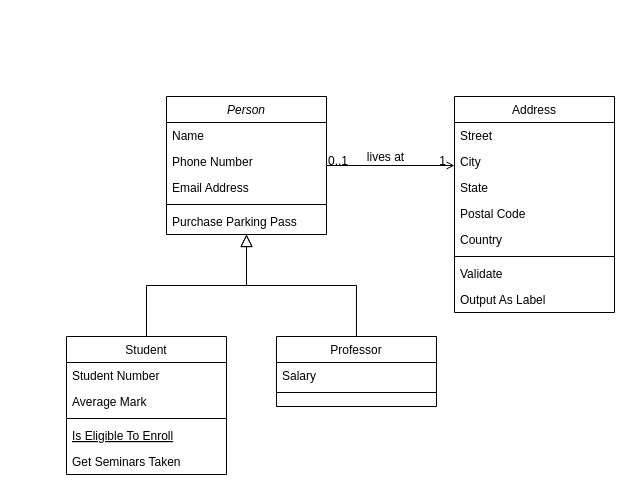
Above: Unavngivet diagram.drawio in SylvesterTor/HellogitMit (draw.io), before the change. Source tidied: cells renumbered, new cells numbered last; positions are measured from the earlier drawing's top-left corner, leaving out a move shared by most shapes. Both pictures are drawn from the tidied source at 100%, with x=0, y=0 at pixel (66, 96).
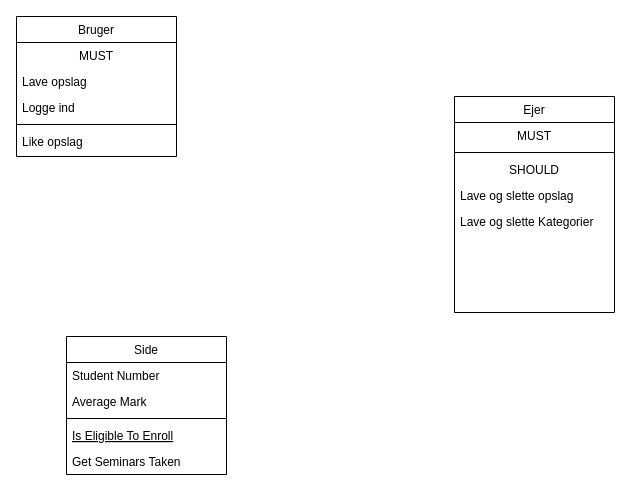
After the change.

Diff of the diagram source:
```diff
@@
-    <mxCell id="2" value="Person" style="swimlane;fontStyle=2;align=center;verticalAlign=top;horizontal=1;startSize=26;rounded=0;shadow=0;strokeWidth=1;" parent="1" vertex="1">
-      <mxGeometry x="100" width="160" height="138" as="geometry" />
-    </mxCell>
-    <mxCell id="3" value="Name" style="text;align=left;verticalAlign=top;spacingLeft=4;spacingRight=4;overflow=hidden;" parent="2" vertex="1">
-      <mxGeometry y="26" width="160" height="26" as="geometry" />
-    </mxCell>
-    <mxCell id="4" value="Phone Number" style="text;align=left;verticalAlign=top;spacingLeft=4;spacingRight=4;overflow=hidden;rounded=0;shadow=0;html=0;" parent="2" vertex="1">
-      <mxGeometry y="52" width="160" height="26" as="geometry" />
-    </mxCell>
-    <mxCell id="5" value="Email Address" style="text;align=left;verticalAlign=top;spacingLeft=4;spacingRight=4;overflow=hidden;rounded=0;shadow=0;html=0;" parent="2" vertex="1">
-      <mxGeometry y="78" width="160" height="26" as="geometry" />
-    </mxCell>
-    <mxCell id="6" style="line;html=1;strokeWidth=1;align=left;verticalAlign=middle;spacingTop=-1;spacingLeft=3;spacingRight=3;labelPosition=right;" parent="2" vertex="1">
-      <mxGeometry y="104" width="160" height="8" as="geometry" />
-    </mxCell>
-    <mxCell id="7" value="Purchase Parking Pass" style="text;align=left;verticalAlign=top;spacingLeft=4;spacingRight=4;overflow=hidden;" parent="2" vertex="1">
-      <mxGeometry y="112" width="160" height="26" as="geometry" />
-    </mxCell>
-    <mxCell id="8" value="Student" style="swimlane;fontStyle=0;align=center;verticalAlign=top;horizontal=1;startSize=26;rounded=0;shadow=0;strokeWidth=1;" parent="1" vertex="1">
+    <mxCell id="8" value="Side" style="swimlane;fontStyle=0;align=center;verticalAlign=top;horizontal=1;startSize=26;rounded=0;shadow=0;strokeWidth=1;" parent="1" vertex="1">
       <mxGeometry y="240" width="160" height="138" as="geometry" />
     </mxCell>
@@
-    <mxCell id="14" style="endArrow=block;endSize=10;endFill=0;shadow=0;strokeWidth=1;rounded=0;edgeStyle=elbowEdgeStyle;elbow=vertical;" parent="1" edge="1" source="8" target="2">
-      <mxGeometry relative="1" as="geometry" />
-    </mxCell>
-    <mxCell id="15" value="Professor" style="swimlane;fontStyle=0;align=center;verticalAlign=top;horizontal=1;startSize=26;rounded=0;shadow=0;strokeWidth=1;" parent="1" vertex="1">
-      <mxGeometry x="210" y="240" width="160" height="70" as="geometry" />
-    </mxCell>
-    <mxCell id="16" value="Salary" style="text;align=left;verticalAlign=top;spacingLeft=4;spacingRight=4;overflow=hidden;" parent="15" vertex="1">
-      <mxGeometry y="26" width="160" height="26" as="geometry" />
-    </mxCell>
-    <mxCell id="17" style="line;html=1;strokeWidth=1;align=left;verticalAlign=middle;spacingTop=-1;spacingLeft=3;spacingRight=3;labelPosition=right;" parent="15" vertex="1">
-      <mxGeometry y="52" width="160" height="8" as="geometry" />
-    </mxCell>
-    <mxCell id="18" style="endArrow=block;endSize=10;endFill=0;shadow=0;strokeWidth=1;rounded=0;edgeStyle=elbowEdgeStyle;elbow=vertical;" parent="1" edge="1" source="15" target="2">
-      <mxGeometry relative="1" as="geometry" />
-    </mxCell>
-    <mxCell id="19" value="Address" style="swimlane;fontStyle=0;align=center;verticalAlign=top;horizontal=1;startSize=26;rounded=0;shadow=0;strokeWidth=1;" parent="1" vertex="1">
+    <mxCell id="19" value="Ejer" style="swimlane;fontStyle=0;align=center;verticalAlign=top;horizontal=1;startSize=26;rounded=0;shadow=0;strokeWidth=1;" parent="1" vertex="1">
       <mxGeometry x="388" width="160" height="216" as="geometry" />
     </mxCell>
-    <mxCell id="20" value="Street" style="text;align=left;verticalAlign=top;spacingLeft=4;spacingRight=4;overflow=hidden;" parent="19" vertex="1">
+    <mxCell id="20" value="MUST" style="text;align=center;verticalAlign=top;spacingLeft=4;spacingRight=4;overflow=hidden;" parent="19" vertex="1">
       <mxGeometry y="26" width="160" height="26" as="geometry" />
     </mxCell>
-    <mxCell id="21" value="City" style="text;align=left;verticalAlign=top;spacingLeft=4;spacingRight=4;overflow=hidden;rounded=0;shadow=0;html=0;" parent="19" vertex="1">
-      <mxGeometry y="52" width="160" height="26" as="geometry" />
-    </mxCell>
-    <mxCell id="22" value="State" style="text;align=left;verticalAlign=top;spacingLeft=4;spacingRight=4;overflow=hidden;rounded=0;shadow=0;html=0;" parent="19" vertex="1">
-      <mxGeometry y="78" width="160" height="26" as="geometry" />
-    </mxCell>
-    <mxCell id="23" value="Postal Code" style="text;align=left;verticalAlign=top;spacingLeft=4;spacingRight=4;overflow=hidden;rounded=0;shadow=0;html=0;" parent="19" vertex="1">
-      <mxGeometry y="104" width="160" height="26" as="geometry" />
-    </mxCell>
-    <mxCell id="24" value="Country" style="text;align=left;verticalAlign=top;spacingLeft=4;spacingRight=4;overflow=hidden;rounded=0;shadow=0;html=0;" parent="19" vertex="1">
-      <mxGeometry y="130" width="160" height="26" as="geometry" />
-    </mxCell>
     <mxCell id="25" style="line;html=1;strokeWidth=1;align=left;verticalAlign=middle;spacingTop=-1;spacingLeft=3;spacingRight=3;labelPosition=right;" parent="19" vertex="1">
-      <mxGeometry y="156" width="160" height="8" as="geometry" />
+      <mxGeometry y="52" width="160" height="8" as="geometry" />
     </mxCell>
-    <mxCell id="26" value="Validate" style="text;align=left;verticalAlign=top;spacingLeft=4;spacingRight=4;overflow=hidden;" parent="19" vertex="1">
-      <mxGeometry y="164" width="160" height="26" as="geometry" />
+    <mxCell id="26" value="SHOULD" style="text;align=center;verticalAlign=top;spacingLeft=4;spacingRight=4;overflow=hidden;" parent="19" vertex="1">
+      <mxGeometry y="60" width="160" height="26" as="geometry" />
     </mxCell>
-    <mxCell id="27" value="Output As Label" style="text;align=left;verticalAlign=top;spacingLeft=4;spacingRight=4;overflow=hidden;" parent="19" vertex="1">
-      <mxGeometry y="190" width="160" height="26" as="geometry" />
+    <mxCell id="27" value="Lave og slette opslag" style="text;align=left;verticalAlign=top;spacingLeft=4;spacingRight=4;overflow=hidden;" parent="19" vertex="1">
+      <mxGeometry y="86" width="160" height="26" as="geometry" />
     </mxCell>
-    <mxCell id="28" style="endArrow=open;shadow=0;strokeWidth=1;rounded=0;endFill=1;edgeStyle=elbowEdgeStyle;elbow=vertical;" parent="1" edge="1" source="2" target="19">
-      <mxGeometry x="0.5" y="41" relative="1" as="geometry">
-        <mxPoint x="-40" y="32" as="offset" />
-      </mxGeometry>
-    </mxCell>
-    <mxCell id="29" value="0..1" style="align=left;verticalAlign=bottom;labelBackgroundColor=none;fontSize=12;" parent="28" vertex="1">
-      <mxGeometry x="-1" relative="1" as="geometry">
-        <mxPoint y="4" as="offset" />
-      </mxGeometry>
-    </mxCell>
-    <mxCell id="30" value="1" style="align=right;verticalAlign=bottom;labelBackgroundColor=none;fontSize=12;" parent="28" vertex="1">
-      <mxGeometry x="1" relative="1" as="geometry">
-        <mxPoint x="-7" y="4" as="offset" />
-      </mxGeometry>
-    </mxCell>
-    <mxCell id="31" value="lives at" style="text;html=1;align=center;verticalAlign=middle;labelBackgroundColor=none;rounded=0;shadow=0;strokeWidth=1;fontSize=12;" parent="28" vertex="1">
-      <mxGeometry x="0.5" y="49" relative="1" as="geometry">
-        <mxPoint x="-38" y="40" as="offset" />
-      </mxGeometry>
-    </mxCell>
+    <mxCell id="32" value="Lave og slette Kategorier" style="text;align=left;verticalAlign=top;spacingLeft=4;spacingRight=4;overflow=hidden;" parent="19" vertex="1">
+      <mxGeometry y="112" width="160" height="26" as="geometry" />
+    </mxCell>
+    <mxCell id="33" value="Bruger" style="swimlane;fontStyle=0;align=center;verticalAlign=top;horizontal=1;startSize=26;rounded=0;shadow=0;strokeWidth=1;" parent="1" vertex="1">
+      <mxGeometry x="-50" y="-80" width="160" height="140" as="geometry" />
+    </mxCell>
+    <mxCell id="34" value="MUST" style="text;align=center;verticalAlign=top;spacingLeft=4;spacingRight=4;overflow=hidden;" parent="33" vertex="1">
+      <mxGeometry y="26" width="160" height="26" as="geometry" />
+    </mxCell>
+    <mxCell id="35" value="Lave opslag" style="text;align=left;verticalAlign=top;spacingLeft=4;spacingRight=4;overflow=hidden;rounded=0;shadow=0;html=0;" parent="33" vertex="1">
+      <mxGeometry y="52" width="160" height="26" as="geometry" />
+    </mxCell>
+    <mxCell id="36" value="Logge ind" style="text;align=left;verticalAlign=top;spacingLeft=4;spacingRight=4;overflow=hidden;rounded=0;shadow=0;html=0;" parent="33" vertex="1">
+      <mxGeometry y="78" width="160" height="26" as="geometry" />
+    </mxCell>
+    <mxCell id="6" style="line;html=1;strokeWidth=1;align=left;verticalAlign=middle;spacingTop=-1;spacingLeft=3;spacingRight=3;labelPosition=right;" parent="33" vertex="1">
+      <mxGeometry y="104" width="160" height="8" as="geometry" />
+    </mxCell>
+    <mxCell id="37" value="Like opslag" style="text;align=left;verticalAlign=top;spacingLeft=4;spacingRight=4;overflow=hidden;" parent="33" vertex="1">
+      <mxGeometry y="112" width="160" height="26" as="geometry" />
+    </mxCell>
```
